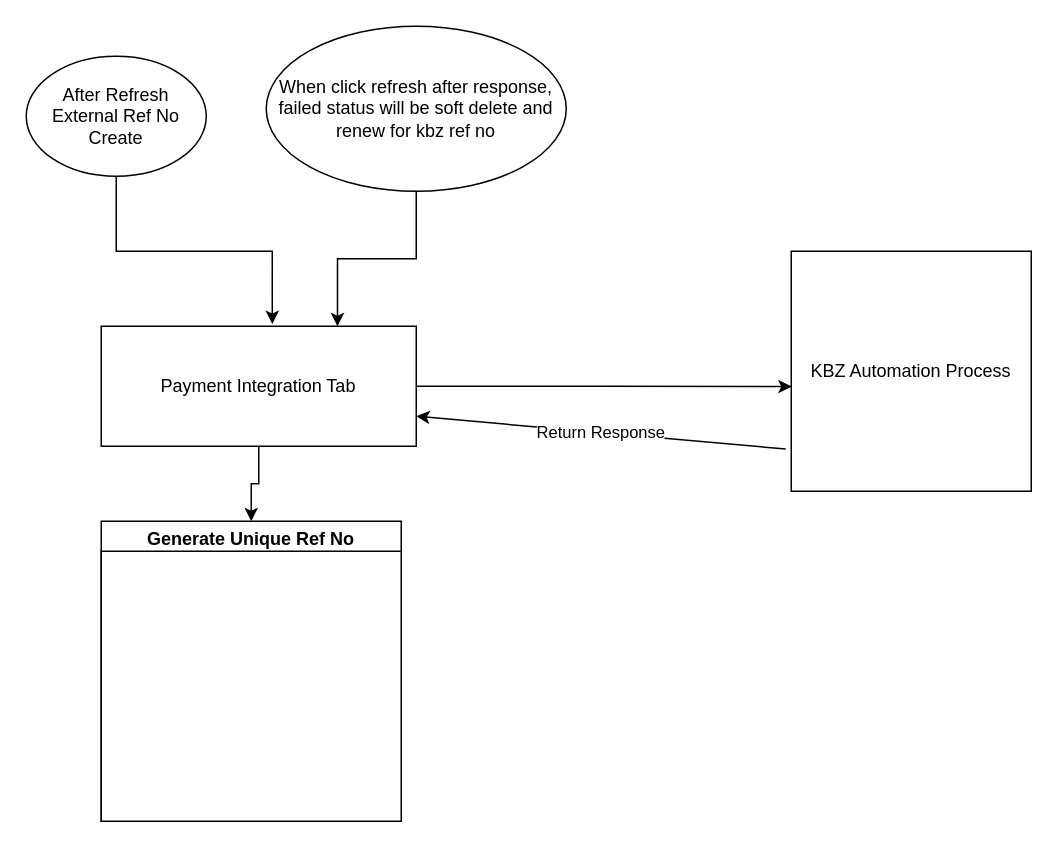
This is Untitled Diagram.drawio from tinmyo-win/admin_dashboard, a draw.io file, before an edit. Source tidied: cells renumbered, new cells numbered last; positions are measured from the earlier drawing's top-left corner, leaving out a move shared by most shapes. Both pictures are drawn from the tidied source at 150%, with x=0, y=0 at pixel (26, 26).
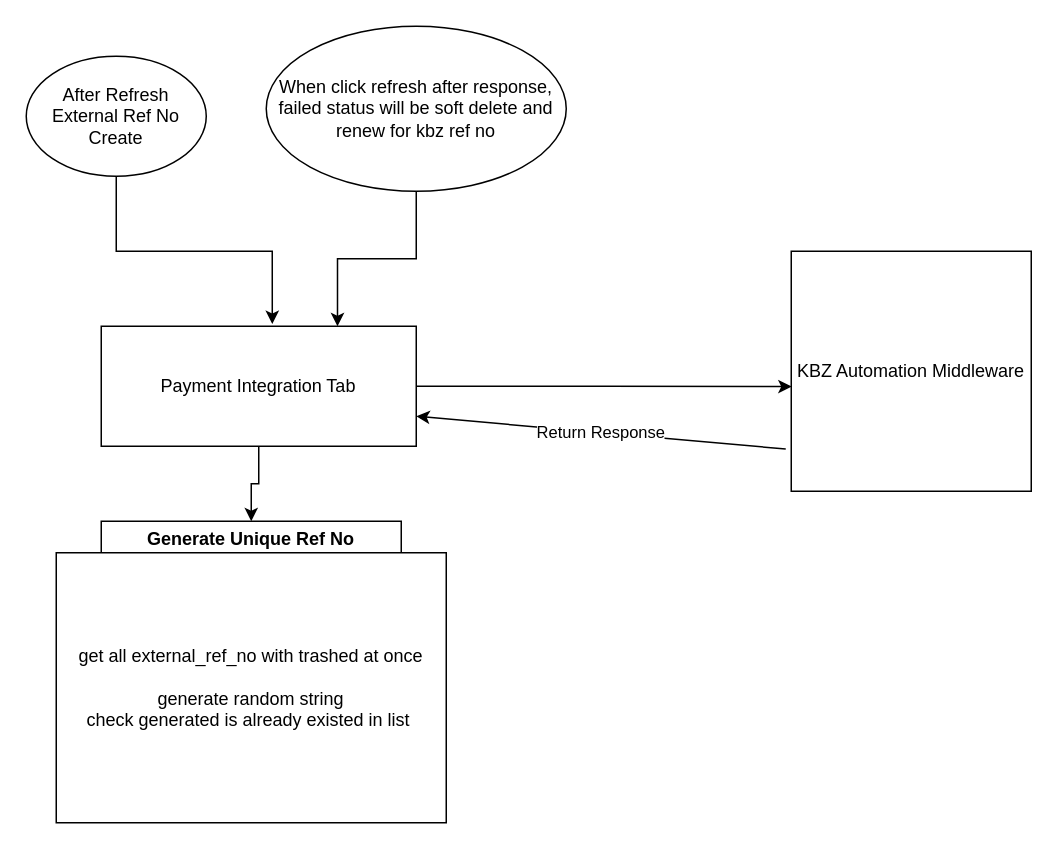
The same page after the edit.

What changed in the source:
```diff
@@
 <mxGraphModel>
   <root>
     <mxCell id="0" />
     <mxCell id="1" parent="0" />
     <mxCell id="2" style="edgeStyle=orthogonalEdgeStyle;rounded=0;jettySize=auto;html=1;exitX=0.5;exitY=1;exitDx=0;exitDy=0;entryX=0.5;entryY=0;entryDx=0;entryDy=0;" parent="1" edge="1" source="3" target="11">
       <mxGeometry relative="1" as="geometry" />
     </mxCell>
     <mxCell id="3" value="Payment Integration Tab" style="rounded=0;whiteSpace=wrap;html=1;" parent="1" vertex="1">
       <mxGeometry x="50" y="200" width="210" height="80" as="geometry" />
     </mxCell>
     <mxCell id="4" style="edgeStyle=orthogonalEdgeStyle;rounded=0;jettySize=auto;html=1;entryX=0.543;entryY=-0.018;entryDx=0;entryDy=0;entryPerimeter=0;" parent="1" edge="1" source="5" target="3">
       <mxGeometry relative="1" as="geometry" />
     </mxCell>
     <mxCell id="5" value="After Refresh External Ref No Create" style="ellipse;whiteSpace=wrap;html=1;" parent="1" vertex="1">
       <mxGeometry y="20" width="120" height="80" as="geometry" />
     </mxCell>
-    <mxCell id="6" value="KBZ Automation Process" style="whiteSpace=wrap;html=1;" parent="1" vertex="1">
+    <mxCell id="6" value="KBZ Automation Middleware" style="whiteSpace=wrap;html=1;" parent="1" vertex="1">
       <mxGeometry x="510" y="150" width="160" height="160" as="geometry" />
     </mxCell>
     <mxCell id="7" style="edgeStyle=orthogonalEdgeStyle;rounded=0;jettySize=auto;html=1;exitX=1;exitY=0.5;exitDx=0;exitDy=0;entryX=0.002;entryY=0.564;entryDx=0;entryDy=0;entryPerimeter=0;" parent="1" edge="1" source="3" target="6">
       <mxGeometry relative="1" as="geometry" />
     </mxCell>
     <mxCell id="8" value="Return Response" style="endArrow=classic;html=1;rounded=0;exitX=-0.023;exitY=0.824;exitDx=0;exitDy=0;exitPerimeter=0;entryX=1;entryY=0.75;entryDx=0;entryDy=0;" parent="1" edge="1" source="6" target="3">
       <mxGeometry relative="1" as="geometry" />
     </mxCell>
     <mxCell id="9" style="edgeStyle=orthogonalEdgeStyle;rounded=0;jettySize=auto;html=1;entryX=0.75;entryY=0;entryDx=0;entryDy=0;" parent="1" edge="1" source="10" target="3">
       <mxGeometry relative="1" as="geometry" />
     </mxCell>
     <mxCell id="10" value="When click refresh after response, failed status will be soft delete and renew for kbz ref no" style="ellipse;whiteSpace=wrap;html=1;" parent="1" vertex="1">
       <mxGeometry x="160" width="200" height="110" as="geometry" />
     </mxCell>
     <mxCell id="11" value="Generate Unique Ref No" style="swimlane;whiteSpace=wrap;html=1;" parent="1" vertex="1">
       <mxGeometry x="50" y="330" width="200" height="200" as="geometry" />
     </mxCell>
-    <mxCell id="12" style="whiteSpace=wrap;html=1;" parent="1" vertex="1">
-      <mxGeometry x="50" y="350" width="200" height="180" as="geometry" />
+    <mxCell id="12" value="get all external_ref_no with trashed at once&lt;br&gt;&lt;br&gt;generate random string&lt;br&gt;check generated is already existed in list&amp;nbsp;" style="whiteSpace=wrap;html=1;" parent="1" vertex="1">
+      <mxGeometry x="20" y="351" width="260" height="180" as="geometry" />
     </mxCell>
   </root>
 </mxGraphModel>
```
